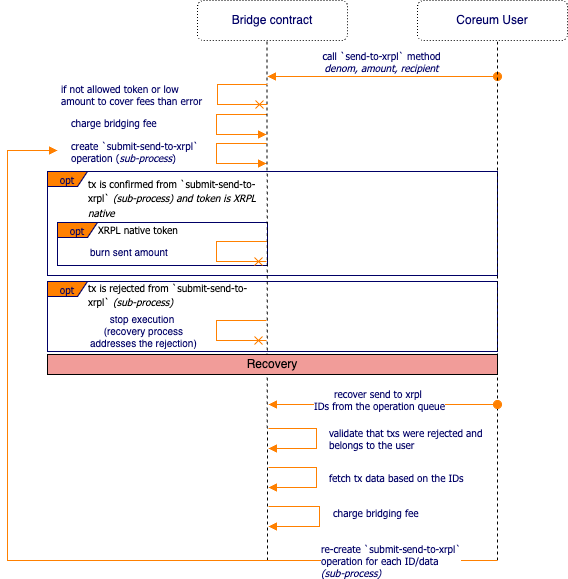
Above: spec/img/send-from-coreum-to-XRPL.png in CoreumFoundation/coreumbridge-xrpl (draw.io), before the change. Source tidied: cells renumbered, new cells last; positions are measured from the earlier drawing's top-left corner, leaving out a move shared by most shapes.
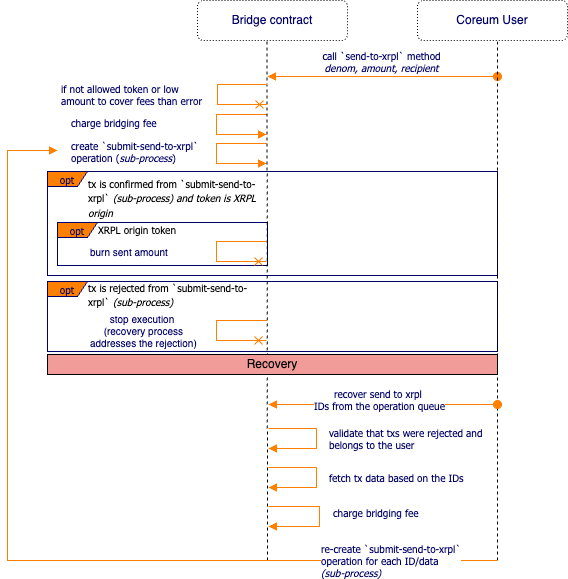
Later version of the same file.

Change to the diagram source:
```diff
@@ -104,7 +104,7 @@
         </Array>
       </mxGeometry>
     </mxCell>
-    <mxCell id="20" value="&lt;span style=&quot;font-family: Tahoma; font-size: 10px; font-style: normal; font-variant-ligatures: normal; font-variant-caps: normal; font-weight: 400; letter-spacing: normal; orphans: 2; text-align: left; text-indent: 0px; text-transform: none; widows: 2; word-spacing: 0px; -webkit-text-stroke-width: 0px; background-color: rgb(255, 255, 255); text-decoration-thickness: initial; text-decoration-style: initial; text-decoration-color: initial; float: none; display: inline !important;&quot;&gt;tx is confirmed from&amp;nbsp;&lt;/span&gt;&lt;span style=&quot;font-family: Tahoma; font-size: 10px; font-style: normal; font-variant-ligatures: normal; font-variant-caps: normal; font-weight: 400; letter-spacing: normal; orphans: 2; text-align: left; text-indent: 0px; text-transform: none; widows: 2; word-spacing: 0px; -webkit-text-stroke-width: 0px; background-color: rgb(255, 255, 255); text-decoration-thickness: initial; text-decoration-style: initial; text-decoration-color: initial; float: none; display: inline !important;&quot;&gt;`submit-send-to-xrpl`&amp;nbsp;&lt;/span&gt;&lt;span style=&quot;border-color: var(--border-color); font-family: Tahoma; font-size: 10px; font-style: normal; font-variant-ligatures: normal; font-variant-caps: normal; font-weight: 400; letter-spacing: normal; orphans: 2; text-align: left; text-indent: 0px; text-transform: none; widows: 2; word-spacing: 0px; -webkit-text-stroke-width: 0px; text-decoration-thickness: initial; text-decoration-style: initial; text-decoration-color: initial;&quot;&gt;&lt;i style=&quot;border-color: var(--border-color);&quot;&gt;(sub-process) and token is XRPL native&lt;/i&gt;&lt;/span&gt;" style="text;whiteSpace=wrap;html=1;fontColor=#000000;" parent="1" vertex="1">
+    <mxCell id="20" value="&lt;span style=&quot;font-family: Tahoma; font-size: 10px; font-style: normal; font-variant-ligatures: normal; font-variant-caps: normal; font-weight: 400; letter-spacing: normal; orphans: 2; text-align: left; text-indent: 0px; text-transform: none; widows: 2; word-spacing: 0px; -webkit-text-stroke-width: 0px; background-color: rgb(255, 255, 255); text-decoration-thickness: initial; text-decoration-style: initial; text-decoration-color: initial; float: none; display: inline !important;&quot;&gt;tx is confirmed from&amp;nbsp;&lt;/span&gt;&lt;span style=&quot;font-family: Tahoma; font-size: 10px; font-style: normal; font-variant-ligatures: normal; font-variant-caps: normal; font-weight: 400; letter-spacing: normal; orphans: 2; text-align: left; text-indent: 0px; text-transform: none; widows: 2; word-spacing: 0px; -webkit-text-stroke-width: 0px; background-color: rgb(255, 255, 255); text-decoration-thickness: initial; text-decoration-style: initial; text-decoration-color: initial; float: none; display: inline !important;&quot;&gt;`submit-send-to-xrpl`&amp;nbsp;&lt;/span&gt;&lt;span style=&quot;border-color: var(--border-color); font-family: Tahoma; font-size: 10px; font-style: normal; font-variant-ligatures: normal; font-variant-caps: normal; font-weight: 400; letter-spacing: normal; orphans: 2; text-align: left; text-indent: 0px; text-transform: none; widows: 2; word-spacing: 0px; -webkit-text-stroke-width: 0px; text-decoration-thickness: initial; text-decoration-style: initial; text-decoration-color: initial;&quot;&gt;&lt;i style=&quot;border-color: var(--border-color);&quot;&gt;(sub-process) and token is XRPL origin&lt;/i&gt;&lt;/span&gt;" style="text;whiteSpace=wrap;html=1;fontColor=#000000;" parent="1" vertex="1">
       <mxGeometry x="79" y="170" width="182" height="34" as="geometry" />
     </mxCell>
     <mxCell id="21" value="if not allowed token or low &lt;br&gt;amount to cover fees than error" style="edgeStyle=orthogonalEdgeStyle;html=1;align=left;spacingLeft=2;endArrow=cross;rounded=0;strokeColor=#FF8000;fontFamily=Tahoma;fontSize=10;fontColor=#000066;endFill=0;" parent="1" edge="1">
@@ -137,7 +137,7 @@
         </Array>
       </mxGeometry>
     </mxCell>
-    <mxCell id="24" value="&lt;font face=&quot;Tahoma&quot;&gt;&lt;span style=&quot;font-size: 10px; background-color: rgb(255, 255, 255);&quot;&gt;XRPL native token&lt;/span&gt;&lt;/font&gt;" style="text;whiteSpace=wrap;html=1;fontColor=#000000;" parent="1" vertex="1">
+    <mxCell id="24" value="&lt;font face=&quot;Tahoma&quot;&gt;&lt;span style=&quot;font-size: 10px; background-color: rgb(255, 255, 255);&quot;&gt;XRPL origin token&lt;/span&gt;&lt;/font&gt;" style="text;whiteSpace=wrap;html=1;fontColor=#000000;" parent="1" vertex="1">
       <mxGeometry x="89" y="215" width="182" height="34" as="geometry" />
     </mxCell>
     <mxCell id="25" value="charge bridging fee" style="edgeStyle=orthogonalEdgeStyle;html=1;align=left;spacingLeft=2;endArrow=block;rounded=0;strokeColor=#FF8000;fontFamily=Tahoma;fontSize=10;fontColor=#000066;endFill=1;" parent="1" edge="1">
```
